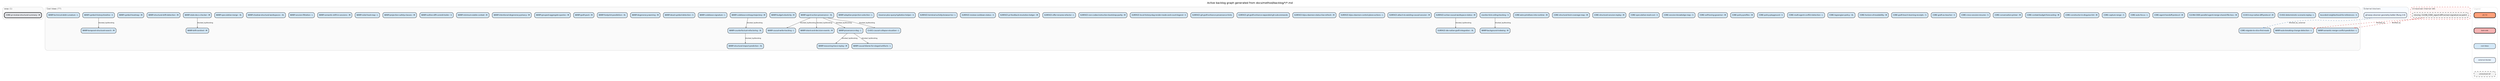
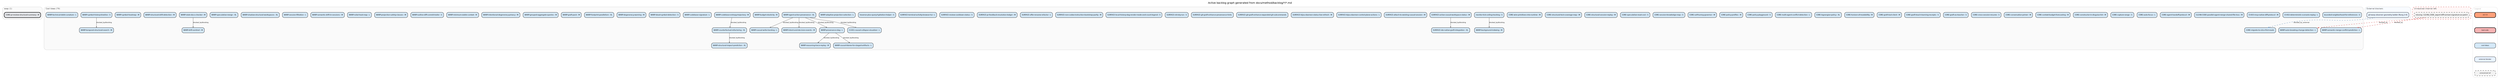
digraph backlog {
  rankdir=TB
  fontname="Helvetica"
  label="Active backlog graph generated from docs/method/backlog/*/*.md"
  labelloc=t
  fontsize=12
  node [shape=box style="rounded,filled" fontname="Helvetica" fontsize=8 margin="0.1,0.05" height=0.35]
  edge [color="#666666" arrowsize=0.5 fontname="Helvetica" fontsize=7]
  newrank=true
  ranksep=0.55
  nodesep=0.2

  subgraph cluster_asap {
    label="asap (1)" labeljust=l fontsize=9 fontcolor="#555555"
    style=rounded color="#cccccc" bgcolor="#fafafa"
    asap_CORE_pr_review_structural_summary [label="CORE-pr-review-structural-summary - M" fillcolor="#E5E7EB" penwidth=2]
  }

  subgraph cluster_cool_ideas {
-     label="Cool Ideas (77)" labeljust=l fontsize=9 fontcolor="#555555"
+     label="Cool Ideas (79)" labeljust=l fontsize=9 fontcolor="#555555"
    style=rounded color="#cccccc" bgcolor="#fafafa"
    cool_ideas_bounded_neighborhood_for_references [label="bounded-neighborhood-for-references - S" fillcolor="#D4E8F7" penwidth=1]
    cool_ideas_CI_001_causal_collapse_visualizer [label="CI-001-causal-collapse-visualizer - L" fillcolor="#D4E8F7" penwidth=1]
    cool_ideas_CI_002_deterministic_scenario_replay [label="CI-002-deterministic-scenario-replay - L" fillcolor="#D4E8F7" penwidth=1]
    cool_ideas_CI_003_mcp_native_diff_protocol [label="CI-003-mcp-native-diff-protocol - M" fillcolor="#D4E8F7" penwidth=1]
    cool_ideas_CLEAN_CODE_parallel_agent_merge_shared_file_loss [label="CLEAN-CODE-parallel-agent-merge-shared-file-loss - M" fillcolor="#D4E8F7" penwidth=1]
    cool_ideas_CORE_agent_handoff_protocol [label="CORE-agent-handoff-protocol - M" fillcolor="#D4E8F7" penwidth=1]
    cool_ideas_CORE_auto_focus [label="CORE-auto-focus - L" fillcolor="#D4E8F7" penwidth=1]
    cool_ideas_CORE_capture_range [label="CORE-capture-range - S" fillcolor="#D4E8F7" penwidth=1]
    cool_ideas_CORE_constructor_in_disguise_lint [label="CORE-constructor-in-disguise-lint - M" fillcolor="#D4E8F7" penwidth=1]
    cool_ideas_CORE_context_budget_forecasting [label="CORE-context-budget-forecasting - M" fillcolor="#D4E8F7" penwidth=1]
    cool_ideas_CORE_conversation_primer [label="CORE-conversation-primer - M" fillcolor="#D4E8F7" penwidth=1]
    cool_ideas_CORE_cross_session_resume [label="CORE-cross-session-resume - S" fillcolor="#D4E8F7" penwidth=1]
    cool_ideas_CORE_graft_as_teacher [label="CORE-graft-as-teacher - S" fillcolor="#D4E8F7" penwidth=1]
    cool_ideas_CORE_graft_teach_learning_receipts [label="CORE-graft-teach-learning-receipts - S" fillcolor="#D4E8F7" penwidth=1]
+     cool_ideas_CORE_graft_tool_client [label="CORE-graft-tool-client - M" fillcolor="#D4E8F7" penwidth=1]
    cool_ideas_CORE_horizon_of_readability [label="CORE-horizon-of-readability - M" fillcolor="#D4E8F7" penwidth=1]
    cool_ideas_CORE_lagrangian_policy [label="CORE-lagrangian-policy - XL" fillcolor="#D4E8F7" penwidth=1]
    cool_ideas_CORE_migrate_to_slice_first_reads [label="CORE-migrate-to-slice-first-reads" fillcolor="#D4E8F7" penwidth=1]
    cool_ideas_CORE_multi_agent_conflict_detection [label="CORE-multi-agent-conflict-detection - L" fillcolor="#D4E8F7" penwidth=1]
    cool_ideas_CORE_policy_playground [label="CORE-policy-playground - S" fillcolor="#D4E8F7" penwidth=1]
    cool_ideas_CORE_policy_profiles [label="CORE-policy-profiles - M" fillcolor="#D4E8F7" penwidth=1]
    cool_ideas_CORE_self_tuning_governor [label="CORE-self-tuning-governor - M" fillcolor="#D4E8F7" penwidth=1]
    cool_ideas_CORE_session_knowledge_map [label="CORE-session-knowledge-map - S" fillcolor="#D4E8F7" penwidth=1]
    cool_ideas_CORE_speculative_read_cost [label="CORE-speculative-read-cost - S" fillcolor="#D4E8F7" penwidth=1]
    cool_ideas_CORE_structural_session_replay [label="CORE-structural-session-replay - M" fillcolor="#D4E8F7" penwidth=1]
    cool_ideas_CORE_structural_test_coverage_map [label="CORE-structural-test-coverage-map - M" fillcolor="#D4E8F7" penwidth=1]
    cool_ideas_CORE_wire_primitives_into_runtime [label="CORE-wire-primitives-into-runtime - M" fillcolor="#D4E8F7" penwidth=1]
    cool_ideas_monitor_tick_ceiling_tracking [label="monitor-tick-ceiling-tracking - S" fillcolor="#D4E8F7" penwidth=1]
    cool_ideas_SURFACE_active_causal_workspace_status [label="SURFACE-active-causal-workspace-status - M" fillcolor="#D4E8F7" penwidth=1]
    cool_ideas_SURFACE_attach_to_existing_causal_session [label="SURFACE-attach-to-existing-causal-session - M" fillcolor="#D4E8F7" penwidth=1]
    cool_ideas_SURFACE_bijou_daemon_control_plane_actions [label="SURFACE-bijou-daemon-control-plane-actions - L" fillcolor="#D4E8F7" penwidth=1]
    cool_ideas_SURFACE_bijou_daemon_status_live_refresh [label="SURFACE-bijou-daemon-status-live-refresh - M" fillcolor="#D4E8F7" penwidth=1]
    cool_ideas_SURFACE_git_graft_enhance_expanded_git_subcommands [label="SURFACE-git-graft-enhance-expanded-git-subcommands" fillcolor="#D4E8F7" penwidth=1]
    cool_ideas_SURFACE_git_graft_enhance_provenance_hints [label="SURFACE-git-graft-enhance-provenance-hints" fillcolor="#D4E8F7" penwidth=1]
    cool_ideas_SURFACE_ide_native_graft_integration [label="SURFACE-ide-native-graft-integration - XL" fillcolor="#D4E8F7" penwidth=1]
+     cool_ideas_SURFACE_init_dry_run [label="SURFACE-init-dry-run - S" fillcolor="#D4E8F7" penwidth=1]
    cool_ideas_SURFACE_local_history_dag_render_mode_and_count_legend [label="SURFACE-local-history-dag-render-mode-and-count-legend - S" fillcolor="#D4E8F7" penwidth=1]
    cool_ideas_SURFACE_non_codex_instruction_bootstrap_parity [label="SURFACE-non-codex-instruction-bootstrap-parity - M" fillcolor="#D4E8F7" penwidth=1]
    cool_ideas_SURFACE_offer_rename_refactor [label="SURFACE-offer-rename-refactor - L" fillcolor="#D4E8F7" penwidth=1]
    cool_ideas_SURFACE_pr_feedback_resolution_ledger [label="SURFACE-pr-feedback-resolution-ledger - M" fillcolor="#D4E8F7" penwidth=1]
    cool_ideas_SURFACE_review_cooldown_status [label="SURFACE-review-cooldown-status - S" fillcolor="#D4E8F7" penwidth=1]
    cool_ideas_SURFACE_terminal_activity_browser_tui [label="SURFACE-terminal-activity-browser-tui - L" fillcolor="#D4E8F7" penwidth=1]
    cool_ideas_traverse_plus_query_hydration_helper [label="traverse-plus-query-hydration-helper - S" fillcolor="#D4E8F7" penwidth=1]
    cool_ideas_WARP_adaptive_projection_selection [label="WARP-adaptive-projection-selection - L" fillcolor="#D4E8F7" penwidth=1]
    cool_ideas_WARP_agent_action_provenance [label="WARP-agent-action-provenance - XL" fillcolor="#D4E8F7" penwidth=1]
    cool_ideas_WARP_auto_breaking_change_detection [label="WARP-auto-breaking-change-detection - L" fillcolor="#D4E8F7" penwidth=1]
    cool_ideas_WARP_background_indexing [label="WARP-background-indexing - M" fillcolor="#D4E8F7" penwidth=1]
    cool_ideas_WARP_budget_elasticity [label="WARP-budget-elasticity - M" fillcolor="#D4E8F7" penwidth=1]
    cool_ideas_WARP_causal_blame_for_staged_artifacts [label="WARP-causal-blame-for-staged-artifacts - L" fillcolor="#D4E8F7" penwidth=1]
    cool_ideas_WARP_causal_write_tracking [label="WARP-causal-write-tracking - L" fillcolor="#D4E8F7" penwidth=1]
    cool_ideas_WARP_codebase_entropy_trajectory [label="WARP-codebase-entropy-trajectory - M" fillcolor="#D4E8F7" penwidth=1]
    cool_ideas_WARP_codebase_signature [label="WARP-codebase-signature - L" fillcolor="#D4E8F7" penwidth=1]
    cool_ideas_WARP_counterfactual_refactoring [label="WARP-counterfactual-refactoring - XL" fillcolor="#D4E8F7" penwidth=1]
    cool_ideas_WARP_dead_symbol_detection [label="WARP-dead-symbol-detection - S" fillcolor="#D4E8F7" penwidth=1]
    cool_ideas_WARP_degeneracy_warning [label="WARP-degeneracy-warning - M" fillcolor="#D4E8F7" penwidth=1]
    cool_ideas_WARP_drift_sentinel [label="WARP-drift-sentinel - M" fillcolor="#D4E8F7" penwidth=1]
    cool_ideas_WARP_footprint_parallelism [label="WARP-footprint-parallelism - XL" fillcolor="#D4E8F7" penwidth=1]
    cool_ideas_WARP_graft_pack [label="WARP-graft-pack - M" fillcolor="#D4E8F7" penwidth=1]
    cool_ideas_WARP_grouped_aggregate_queries [label="WARP-grouped-aggregate-queries - M" fillcolor="#D4E8F7" penwidth=1]
    cool_ideas_WARP_intent_and_decision_events [label="WARP-intent-and-decision-events - M" fillcolor="#D4E8F7" penwidth=1]
    cool_ideas_WARP_intentional_degeneracy_privacy [label="WARP-intentional-degeneracy-privacy - M" fillcolor="#D4E8F7" penwidth=1]
    cool_ideas_WARP_minimum_viable_context [label="WARP-minimum-viable-context - M" fillcolor="#D4E8F7" penwidth=1]
    cool_ideas_WARP_outline_diff_commit_trailer [label="WARP-outline-diff-commit-trailer - S" fillcolor="#D4E8F7" penwidth=1]
    cool_ideas_WARP_projection_safety_classes [label="WARP-projection-safety-classes - M" fillcolor="#D4E8F7" penwidth=1]
    cool_ideas_WARP_provenance_dag [label="WARP-provenance-dag - L" fillcolor="#D4E8F7" penwidth=1]
    cool_ideas_WARP_reasoning_trace_replay [label="WARP-reasoning-trace-replay - M" fillcolor="#D4E8F7" penwidth=1]
    cool_ideas_WARP_rulial_heat_map [label="WARP-rulial-heat-map - L" fillcolor="#D4E8F7" penwidth=1]
    cool_ideas_WARP_semantic_drift_in_sessions [label="WARP-semantic-drift-in-sessions - M" fillcolor="#D4E8F7" penwidth=1]
    cool_ideas_WARP_semantic_merge_conflict_prediction [label="WARP-semantic-merge-conflict-prediction - L" fillcolor="#D4E8F7" penwidth=1]
    cool_ideas_WARP_session_filtration [label="WARP-session-filtration - L" fillcolor="#D4E8F7" penwidth=1]
    cool_ideas_WARP_shadow_structural_workspaces [label="WARP-shadow-structural-workspaces - XL" fillcolor="#D4E8F7" penwidth=1]
    cool_ideas_WARP_speculative_merge [label="WARP-speculative-merge - XL" fillcolor="#D4E8F7" penwidth=1]
    cool_ideas_WARP_stale_docs_checker [label="WARP-stale-docs-checker - M" fillcolor="#D4E8F7" penwidth=1]
    cool_ideas_WARP_structural_drift_detection [label="WARP-structural-drift-detection - M" fillcolor="#D4E8F7" penwidth=1]
    cool_ideas_WARP_structural_impact_prediction [label="WARP-structural-impact-prediction - XL" fillcolor="#D4E8F7" penwidth=1]
    cool_ideas_WARP_symbol_heatmap [label="WARP-symbol-heatmap - M" fillcolor="#D4E8F7" penwidth=1]
    cool_ideas_WARP_symbol_history_timeline [label="WARP-symbol-history-timeline - S" fillcolor="#D4E8F7" penwidth=1]
    cool_ideas_WARP_technical_debt_curvature [label="WARP-technical-debt-curvature - L" fillcolor="#D4E8F7" penwidth=1]
    cool_ideas_WARP_temporal_structural_search [label="WARP-temporal-structural-search - M" fillcolor="#D4E8F7" penwidth=1]
  }

  subgraph cluster_external {
    label="External blockers" labeljust=l fontsize=9 fontcolor="#555555"
    style=rounded color="#cccccc" bgcolor="#f8fbff"
    external_git_warp_observer_geometry_ladder__Rung_2_4_ [label="git-warp observer geometry ladder (Rung 2-4)" fillcolor="#E8F2FF" penwidth=1]
  }

  subgraph cluster_unresolved {
    label="Unresolved internal refs" labeljust=l fontsize=9 fontcolor="#555555"
    style="rounded,dashed" color="#cc3333" bgcolor="#fff7f7"
    unresolved_CLEAN_CODE_export_diff_semver_signature_as_patch [label="missing: CLEAN_CODE_export-diff-semver-signature-as-patch" fillcolor="#F2F2F2" penwidth=1 style="rounded,dashed,filled"]
  }

  cool_ideas_monitor_tick_ceiling_tracking -> cool_ideas_WARP_background_indexing [label="blocked_by/blocking"]
  cool_ideas_SURFACE_active_causal_workspace_status -> cool_ideas_SURFACE_ide_native_graft_integration [label="blocked_by/blocking"]
  cool_ideas_WARP_agent_action_provenance -> cool_ideas_CI_001_causal_collapse_visualizer [label="blocked_by/blocking"]
  cool_ideas_WARP_agent_action_provenance -> cool_ideas_WARP_causal_write_tracking [label="blocked_by/blocking"]
  cool_ideas_WARP_agent_action_provenance -> cool_ideas_WARP_intent_and_decision_events [label="blocked_by/blocking"]
  cool_ideas_WARP_agent_action_provenance -> cool_ideas_WARP_provenance_dag [label="blocked_by/blocking"]
  cool_ideas_WARP_codebase_entropy_trajectory -> cool_ideas_WARP_counterfactual_refactoring [label="blocked_by/blocking"]
  cool_ideas_WARP_counterfactual_refactoring -> cool_ideas_WARP_structural_impact_prediction [label="blocked_by/blocking"]
  cool_ideas_WARP_provenance_dag -> cool_ideas_WARP_causal_blame_for_staged_artifacts [label="blocked_by/blocking"]
  cool_ideas_WARP_provenance_dag -> cool_ideas_WARP_reasoning_trace_replay [label="blocked_by/blocking"]
  cool_ideas_WARP_stale_docs_checker -> cool_ideas_WARP_drift_sentinel [label="blocked_by/blocking"]
  cool_ideas_WARP_symbol_history_timeline -> cool_ideas_WARP_temporal_structural_search [label="blocked_by/blocking"]
  external_git_warp_observer_geometry_ladder__Rung_2_4_ -> cool_ideas_CORE_migrate_to_slice_first_reads [label="blocked_by_external" style=dashed color="#4477AA"]
  unresolved_CLEAN_CODE_export_diff_semver_signature_as_patch -> cool_ideas_WARP_auto_breaking_change_detection [label="blocked_by" style=dashed color="#CC3333"]
  unresolved_CLEAN_CODE_export_diff_semver_signature_as_patch -> cool_ideas_WARP_semantic_merge_conflict_prediction [label="blocked_by" style=dashed color="#CC3333"]

  subgraph cluster_legend {
    label="Legend" labeljust=l fontsize=8 fontcolor="#aaaaaa"
    style=rounded color="#dddddd"
    node [fontsize=7 width=1.4]
    leg_v07 [label="v0.7.0" fillcolor="#FFA07A" penwidth=2]
    leg_bad [label="bad-code" fillcolor="#F6B3B3" penwidth=2]
    leg_idea [label="cool-ideas" fillcolor="#D4E8F7" penwidth=1]
    leg_external [label="external blocker" fillcolor="#E8F2FF" penwidth=1]
    leg_unresolved [label="unresolved ref" fillcolor="#F2F2F2" penwidth=1 style="rounded,dashed,filled"]
    leg_v07 -> leg_bad [style=invis]
    leg_bad -> leg_idea [style=invis]
    leg_idea -> leg_external [style=invis]
    leg_external -> leg_unresolved [style=invis]
  }
}
